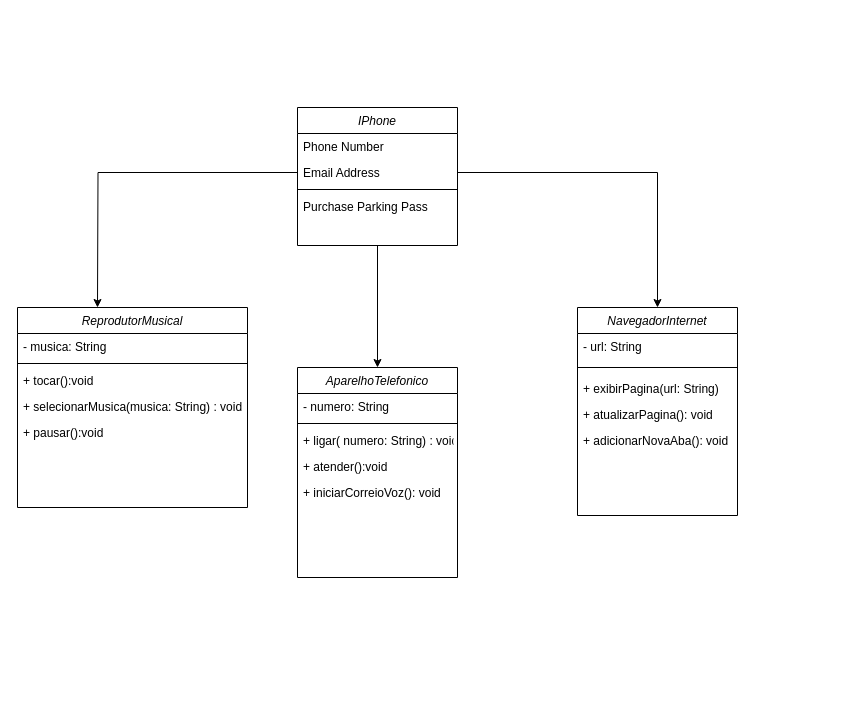
This is Untitled Diagram.drawio from Ramonmelod/iphone-POO, a draw.io file, before an edit. Source tidied: cells renumbered, new cells numbered last; positions are measured from the earlier drawing's top-left corner, leaving out a move shared by most shapes. Both pictures are drawn from the tidied source at 100%, with x=0, y=0 at pixel (17, 107).
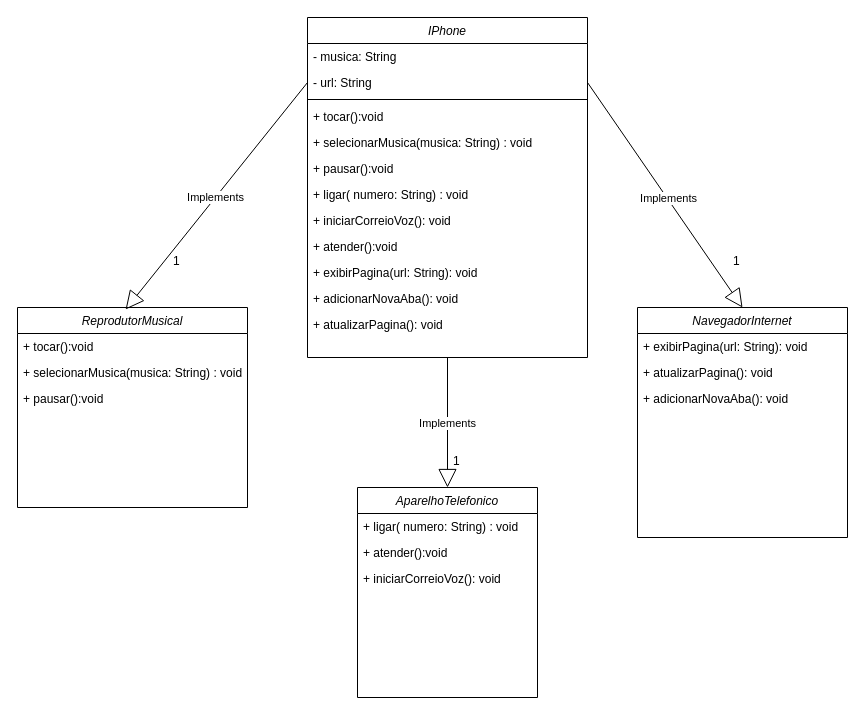
The same page after the edit.

Commit message:
docs: Implementation of the Iphone object methods

The change refers to these unchanged cells:
```xml
<mxCell id="22" value="ReprodutorMusical" style="swimlane;fontStyle=2;align=center;verticalAlign=top;horizontal=1;startSize=26;rounded=0;shadow=0;strokeWidth=1;" parent="1" vertex="1">
  <mxGeometry y="200" width="230" height="200" as="geometry" />
</mxCell>
```

What changed in the source:
```diff
@@
-    <mxCell id="2" style="edgeStyle=orthogonalEdgeStyle;rounded=0;jettySize=auto;html=1;" parent="1" edge="1" source="3" target="10">
-      <mxGeometry relative="1" as="geometry" />
-    </mxCell>
     <mxCell id="3" value="IPhone" style="swimlane;fontStyle=2;align=center;verticalAlign=top;horizontal=1;startSize=26;rounded=0;shadow=0;strokeWidth=1;" parent="1" vertex="1">
-      <mxGeometry x="280" width="160" height="138" as="geometry" />
+      <mxGeometry x="290" y="-90" width="280" height="340" as="geometry" />
     </mxCell>
-    <mxCell id="4" value="Phone Number" style="text;align=left;verticalAlign=top;spacingLeft=4;spacingRight=4;overflow=hidden;rounded=0;shadow=0;html=0;" parent="3" vertex="1">
-      <mxGeometry y="26" width="160" height="26" as="geometry" />
+    <mxCell id="4" value="- musica: String" style="text;align=left;verticalAlign=top;spacingLeft=4;spacingRight=4;overflow=hidden;rounded=0;shadow=0;html=0;" parent="3" vertex="1">
+      <mxGeometry y="26" width="280" height="26" as="geometry" />
     </mxCell>
-    <mxCell id="5" value="Email Address" style="text;align=left;verticalAlign=top;spacingLeft=4;spacingRight=4;overflow=hidden;points=[[0,0.5],[1,0.5]];portConstraint=eastwest;rounded=0;shadow=0;html=0;" parent="3" vertex="1">
-      <mxGeometry y="52" width="160" height="26" as="geometry" />
+    <mxCell id="5" value="- url: String" style="text;align=left;verticalAlign=top;spacingLeft=4;spacingRight=4;overflow=hidden;points=[[0,0.5],[1,0.5]];portConstraint=eastwest;rounded=0;shadow=0;html=0;" parent="3" vertex="1">
+      <mxGeometry y="52" width="280" height="26" as="geometry" />
     </mxCell>
     <mxCell id="6" style="line;html=1;strokeWidth=1;align=left;verticalAlign=middle;spacingTop=-1;spacingLeft=3;spacingRight=3;labelPosition=right;" parent="3" vertex="1">
-      <mxGeometry y="78" width="160" height="8" as="geometry" />
+      <mxGeometry y="78" width="280" height="8" as="geometry" />
     </mxCell>
-    <mxCell id="7" value="Purchase Parking Pass" style="text;align=left;verticalAlign=top;spacingLeft=4;spacingRight=4;overflow=hidden;" parent="3" vertex="1">
-      <mxGeometry y="86" width="160" height="26" as="geometry" />
-    </mxCell>
-    <mxCell id="8" style="edgeStyle=orthogonalEdgeStyle;rounded=0;jettySize=auto;html=1;" parent="1" edge="1" source="5">
-      <mxGeometry relative="1" as="geometry">
-        <mxPoint x="80" y="200" as="targetPoint" />
-      </mxGeometry>
-    </mxCell>
-    <mxCell id="9" style="edgeStyle=orthogonalEdgeStyle;rounded=0;jettySize=auto;html=1;entryX=0.5;entryY=0;entryDx=0;entryDy=0;" parent="1" edge="1" source="5" target="16">
-      <mxGeometry relative="1" as="geometry" />
-    </mxCell>
+    <mxCell id="28" value="+ tocar():void" style="text;align=left;verticalAlign=top;spacingLeft=4;spacingRight=4;overflow=hidden;" parent="3" vertex="1">
+      <mxGeometry y="86" width="280" height="26" as="geometry" />
+    </mxCell>
+    <mxCell id="29" value="+ selecionarMusica(musica: String) : void" style="text;align=left;verticalAlign=top;spacingLeft=4;spacingRight=4;overflow=hidden;rounded=0;shadow=0;html=0;" parent="3" vertex="1">
+      <mxGeometry y="112" width="280" height="26" as="geometry" />
+    </mxCell>
+    <mxCell id="30" value="+ pausar():void" style="text;align=left;verticalAlign=top;spacingLeft=4;spacingRight=4;overflow=hidden;rounded=0;shadow=0;html=0;" parent="3" vertex="1">
+      <mxGeometry y="138" width="280" height="26" as="geometry" />
+    </mxCell>
+    <mxCell id="31" value="+ ligar( numero: String) : void" style="text;align=left;verticalAlign=top;spacingLeft=4;spacingRight=4;overflow=hidden;" parent="3" vertex="1">
+      <mxGeometry y="164" width="280" height="26" as="geometry" />
+    </mxCell>
+    <mxCell id="32" value="+ iniciarCorreioVoz(): void" style="text;align=left;verticalAlign=top;spacingLeft=4;spacingRight=4;overflow=hidden;rounded=0;shadow=0;html=0;" parent="3" vertex="1">
+      <mxGeometry y="190" width="280" height="26" as="geometry" />
+    </mxCell>
+    <mxCell id="33" value="+ atender():void" style="text;align=left;verticalAlign=top;spacingLeft=4;spacingRight=4;overflow=hidden;rounded=0;shadow=0;html=0;" parent="3" vertex="1">
+      <mxGeometry y="216" width="280" height="26" as="geometry" />
+    </mxCell>
+    <mxCell id="34" value="+ exibirPagina(url: String): void" style="text;align=left;verticalAlign=top;spacingLeft=4;spacingRight=4;overflow=hidden;" parent="3" vertex="1">
+      <mxGeometry y="242" width="280" height="26" as="geometry" />
+    </mxCell>
+    <mxCell id="35" value="+ adicionarNovaAba(): void" style="text;align=left;verticalAlign=top;spacingLeft=4;spacingRight=4;overflow=hidden;rounded=0;shadow=0;html=0;" parent="3" vertex="1">
+      <mxGeometry y="268" width="280" height="26" as="geometry" />
+    </mxCell>
+    <mxCell id="36" value="+ atualizarPagina(): void" style="text;align=left;verticalAlign=top;spacingLeft=4;spacingRight=4;overflow=hidden;rounded=0;shadow=0;html=0;" parent="3" vertex="1">
+      <mxGeometry y="294" width="280" height="26" as="geometry" />
+    </mxCell>
     <mxCell id="10" value="AparelhoTelefonico" style="swimlane;fontStyle=2;align=center;verticalAlign=top;horizontal=1;startSize=26;rounded=0;shadow=0;strokeWidth=1;" parent="1" vertex="1">
-      <mxGeometry x="280" y="260" width="160" height="210" as="geometry" />
+      <mxGeometry x="340" y="380" width="180" height="210" as="geometry" />
     </mxCell>
-    <mxCell id="11" value="- numero: String" style="text;align=left;verticalAlign=top;spacingLeft=4;spacingRight=4;overflow=hidden;" parent="10" vertex="1">
-      <mxGeometry y="26" width="160" height="26" as="geometry" />
-    </mxCell>
-    <mxCell id="12" style="line;html=1;strokeWidth=1;align=left;verticalAlign=middle;spacingTop=-1;spacingLeft=3;spacingRight=3;labelPosition=right;" parent="10" vertex="1">
-      <mxGeometry y="52" width="160" height="8" as="geometry" />
-    </mxCell>
     <mxCell id="13" value="+ ligar( numero: String) : void" style="text;align=left;verticalAlign=top;spacingLeft=4;spacingRight=4;overflow=hidden;" parent="10" vertex="1">
-      <mxGeometry y="60" width="160" height="26" as="geometry" />
+      <mxGeometry y="26" width="180" height="26" as="geometry" />
     </mxCell>
     <mxCell id="14" value="+ atender():void" style="text;align=left;verticalAlign=top;spacingLeft=4;spacingRight=4;overflow=hidden;rounded=0;shadow=0;html=0;" parent="10" vertex="1">
-      <mxGeometry y="86" width="160" height="26" as="geometry" />
+      <mxGeometry y="52" width="180" height="26" as="geometry" />
     </mxCell>
     <mxCell id="15" value="+ iniciarCorreioVoz(): void" style="text;align=left;verticalAlign=top;spacingLeft=4;spacingRight=4;overflow=hidden;rounded=0;shadow=0;html=0;" parent="10" vertex="1">
-      <mxGeometry y="112" width="160" height="26" as="geometry" />
+      <mxGeometry y="78" width="180" height="26" as="geometry" />
     </mxCell>
     <mxCell id="16" value="NavegadorInternet" style="swimlane;fontStyle=2;align=center;verticalAlign=top;horizontal=1;startSize=26;rounded=0;shadow=0;strokeWidth=1;" parent="1" vertex="1">
-      <mxGeometry x="560" y="200" width="160" height="208" as="geometry" />
+      <mxGeometry x="620" y="200" width="210" height="230" as="geometry" />
     </mxCell>
-    <mxCell id="17" value="- url: String" style="text;align=left;verticalAlign=top;spacingLeft=4;spacingRight=4;overflow=hidden;" parent="16" vertex="1">
-      <mxGeometry y="26" width="160" height="26" as="geometry" />
-    </mxCell>
-    <mxCell id="18" style="line;html=1;strokeWidth=1;align=left;verticalAlign=middle;spacingTop=-1;spacingLeft=3;spacingRight=3;labelPosition=right;" parent="16" vertex="1">
-      <mxGeometry y="52" width="160" height="16" as="geometry" />
-    </mxCell>
-    <mxCell id="19" value="+ exibirPagina(url: String)" style="text;align=left;verticalAlign=top;spacingLeft=4;spacingRight=4;overflow=hidden;" parent="16" vertex="1">
-      <mxGeometry y="68" width="160" height="26" as="geometry" />
+    <mxCell id="19" value="+ exibirPagina(url: String): void" style="text;align=left;verticalAlign=top;spacingLeft=4;spacingRight=4;overflow=hidden;" parent="16" vertex="1">
+      <mxGeometry y="26" width="210" height="26" as="geometry" />
     </mxCell>
     <mxCell id="20" value="+ atualizarPagina(): void" style="text;align=left;verticalAlign=top;spacingLeft=4;spacingRight=4;overflow=hidden;rounded=0;shadow=0;html=0;" parent="16" vertex="1">
-      <mxGeometry y="94" width="160" height="26" as="geometry" />
+      <mxGeometry y="52" width="210" height="26" as="geometry" />
     </mxCell>
     <mxCell id="21" value="+ adicionarNovaAba(): void" style="text;align=left;verticalAlign=top;spacingLeft=4;spacingRight=4;overflow=hidden;rounded=0;shadow=0;html=0;" parent="16" vertex="1">
-      <mxGeometry y="120" width="160" height="26" as="geometry" />
+      <mxGeometry y="78" width="210" height="26" as="geometry" />
     </mxCell>
@@
-    <mxCell id="23" value="- musica: String" style="text;align=left;verticalAlign=top;spacingLeft=4;spacingRight=4;overflow=hidden;" parent="22" vertex="1">
-      <mxGeometry y="26" width="230" height="26" as="geometry" />
-    </mxCell>
-    <mxCell id="24" style="line;html=1;strokeWidth=1;align=left;verticalAlign=middle;spacingTop=-1;spacingLeft=3;spacingRight=3;labelPosition=right;" parent="22" vertex="1">
-      <mxGeometry y="52" width="230" height="8" as="geometry" />
-    </mxCell>
     <mxCell id="25" value="+ tocar():void" style="text;align=left;verticalAlign=top;spacingLeft=4;spacingRight=4;overflow=hidden;" parent="22" vertex="1">
-      <mxGeometry y="60" width="230" height="26" as="geometry" />
+      <mxGeometry y="26" width="230" height="26" as="geometry" />
     </mxCell>
     <mxCell id="26" value="+ selecionarMusica(musica: String) : void" style="text;align=left;verticalAlign=top;spacingLeft=4;spacingRight=4;overflow=hidden;rounded=0;shadow=0;html=0;" parent="22" vertex="1">
-      <mxGeometry y="86" width="230" height="26" as="geometry" />
+      <mxGeometry y="52" width="230" height="26" as="geometry" />
     </mxCell>
     <mxCell id="27" value="+ pausar():void" style="text;align=left;verticalAlign=top;spacingLeft=4;spacingRight=4;overflow=hidden;rounded=0;shadow=0;html=0;" parent="22" vertex="1">
-      <mxGeometry y="112" width="230" height="26" as="geometry" />
+      <mxGeometry y="78" width="230" height="26" as="geometry" />
     </mxCell>
+    <mxCell id="2" value="Implements" style="endArrow=block;endSize=16;endFill=0;html=1;rounded=0;exitX=0.5;exitY=1;exitDx=0;exitDy=0;entryX=0.5;entryY=0;entryDx=0;entryDy=0;" parent="1" edge="1" source="3" target="10">
+      <mxGeometry x="0.01" relative="1" as="geometry" />
+    </mxCell>
+    <mxCell id="37" value="Implements" style="endArrow=block;endSize=16;endFill=0;html=1;rounded=0;exitX=0;exitY=0.5;exitDx=0;exitDy=0;entryX=0.47;entryY=0.01;entryDx=0;entryDy=0;entryPerimeter=0;" parent="1" edge="1" source="5" target="22">
+      <mxGeometry x="0.01" relative="1" as="geometry" />
+    </mxCell>
+    <mxCell id="9" value="Implements" style="endArrow=block;endSize=16;endFill=0;html=1;rounded=0;exitX=1;exitY=0.5;exitDx=0;exitDy=0;entryX=0.5;entryY=0;entryDx=0;entryDy=0;" parent="1" edge="1" source="5" target="16">
+      <mxGeometry x="0.03" y="1" relative="1" as="geometry" />
+    </mxCell>
+    <mxCell id="38" value="&lt;div&gt;1&lt;/div&gt;&lt;div&gt;&lt;br&gt;&lt;/div&gt;" style="text;strokeColor=none;fillColor=none;align=left;verticalAlign=top;spacingLeft=4;spacingRight=4;overflow=hidden;whiteSpace=wrap;html=1;" parent="1" vertex="1">
+      <mxGeometry x="150" y="140" width="100" height="26" as="geometry" />
+    </mxCell>
+    <mxCell id="39" value="&lt;div&gt;1&lt;/div&gt;&lt;div&gt;&lt;br&gt;&lt;/div&gt;" style="text;strokeColor=none;fillColor=none;align=left;verticalAlign=top;spacingLeft=4;spacingRight=4;overflow=hidden;whiteSpace=wrap;html=1;" parent="1" vertex="1">
+      <mxGeometry x="430" y="340" width="100" height="26" as="geometry" />
+    </mxCell>
+    <mxCell id="40" value="1" style="text;strokeColor=none;fillColor=none;align=left;verticalAlign=top;spacingLeft=4;spacingRight=4;overflow=hidden;whiteSpace=wrap;html=1;" parent="1" vertex="1">
+      <mxGeometry x="710" y="140" width="100" height="26" as="geometry" />
+    </mxCell>
```
